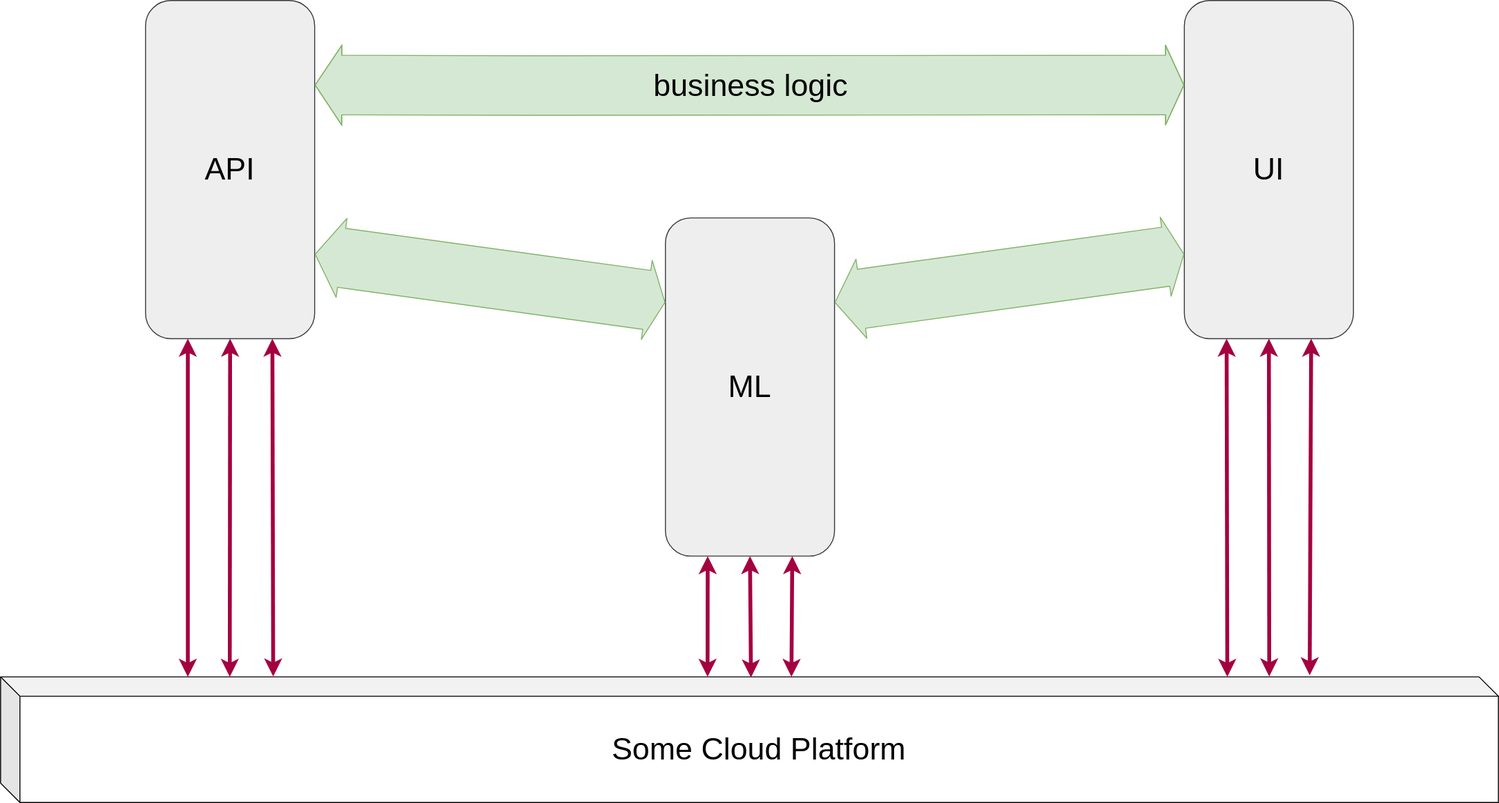
Above: .docs/assets/diagrams/origin.drawio.svg in omnicloudworld/omnicloudworld.github.io (draw.io), before the change. Source tidied: cells renumbered, new cells last; positions are measured from the earlier drawing's top-left corner, leaving out a move shared by most shapes. The source it was exported from:
```xml
<mxGraphModel>
  <root>
    <mxCell id="0" />
    <mxCell id="1" parent="0" />
    <mxCell id="2" value="01" parent="0" />
    <mxCell id="3" value="Some Cloud Platform" style="shape=cube;whiteSpace=wrap;html=1;boundedLbl=1;backgroundOutline=1;darkOpacity=0.05;darkOpacity2=0.1;rounded=1;fontSize=32;" parent="2" vertex="1">
      <mxGeometry y="700" width="1550" height="130" as="geometry" />
    </mxCell>
    <mxCell id="4" value="API" style="rounded=1;whiteSpace=wrap;html=1;fontSize=32;fillColor=#eeeeee;strokeColor=#36393d;" parent="2" vertex="1">
      <mxGeometry x="150" width="175" height="350" as="geometry" />
    </mxCell>
    <mxCell id="5" value="UI" style="rounded=1;whiteSpace=wrap;html=1;fontSize=32;fillColor=#eeeeee;strokeColor=#36393d;" parent="2" vertex="1">
      <mxGeometry x="1225" width="175" height="350" as="geometry" />
    </mxCell>
    <mxCell id="6" value="ML" style="rounded=1;whiteSpace=wrap;html=1;fontSize=32;fillColor=#eeeeee;strokeColor=#36393d;" parent="2" vertex="1">
      <mxGeometry x="688" y="225" width="175" height="350" as="geometry" />
    </mxCell>
    <mxCell id="7" style="shape=flexArrow;endArrow=classic;startArrow=classic;html=1;rounded=1;fontSize=32;entryX=1;entryY=0.75;entryDx=0;entryDy=0;exitX=0;exitY=0.25;exitDx=0;exitDy=0;width=61.6;endSize=8.872;fillColor=#d5e8d4;strokeColor=#82b366;" parent="2" edge="1" source="6" target="4">
      <mxGeometry relative="1" as="geometry" />
    </mxCell>
    <mxCell id="8" style="shape=flexArrow;endArrow=classic;startArrow=classic;html=1;rounded=1;fontSize=32;entryX=1;entryY=0.25;entryDx=0;entryDy=0;exitX=0;exitY=0.75;exitDx=0;exitDy=0;width=61.6;endSize=8.872;fillColor=#d5e8d4;strokeColor=#82b366;" parent="2" edge="1" source="5" target="6">
      <mxGeometry relative="1" as="geometry" />
    </mxCell>
    <mxCell id="9" value="business logic" style="shape=flexArrow;endArrow=classic;startArrow=classic;html=1;rounded=1;fontSize=32;entryX=1;entryY=0.25;entryDx=0;entryDy=0;exitX=0;exitY=0.25;exitDx=0;exitDy=0;width=61.6;endSize=8.872;fillColor=#d5e8d4;strokeColor=#82b366;labelBackgroundColor=none;" parent="2" edge="1" source="5" target="4">
      <mxGeometry relative="1" as="geometry">
        <Array as="points">
          <mxPoint x="550" y="88" />
        </Array>
        <mxPoint x="1" as="offset" />
      </mxGeometry>
    </mxCell>
    <mxCell id="10" style="endArrow=classic;startArrow=classic;html=1;rounded=1;labelBackgroundColor=none;fontSize=32;entryX=0.25;entryY=1;entryDx=0;entryDy=0;exitX=0.125;exitY=0;exitDx=0;exitDy=0;exitPerimeter=0;fillColor=#d80073;strokeColor=#A50040;strokeWidth=4;" parent="2" edge="1" source="3" target="4">
      <mxGeometry relative="1" as="geometry" />
    </mxCell>
    <mxCell id="11" style="endArrow=classic;startArrow=classic;html=1;rounded=1;labelBackgroundColor=none;fontSize=32;entryX=0.5;entryY=1;entryDx=0;entryDy=0;exitX=0.153;exitY=0;exitDx=0;exitDy=0;exitPerimeter=0;fillColor=#d80073;strokeColor=#A50040;strokeWidth=4;" parent="2" edge="1" source="3" target="4">
      <mxGeometry relative="1" as="geometry" />
    </mxCell>
    <mxCell id="12" style="endArrow=classic;startArrow=classic;html=1;rounded=1;labelBackgroundColor=none;fontSize=32;entryX=0.75;entryY=1;entryDx=0;entryDy=0;exitX=0.182;exitY=-0.003;exitDx=0;exitDy=0;exitPerimeter=0;fillColor=#d80073;strokeColor=#A50040;strokeWidth=4;" parent="2" edge="1" source="3" target="4">
      <mxGeometry relative="1" as="geometry" />
    </mxCell>
    <mxCell id="13" style="endArrow=classic;startArrow=classic;html=1;rounded=1;labelBackgroundColor=none;fontSize=32;entryX=0.5;entryY=1;entryDx=0;entryDy=0;exitX=0.847;exitY=-0.004;exitDx=0;exitDy=0;exitPerimeter=0;fillColor=#d80073;strokeColor=#A50040;strokeWidth=4;" parent="2" edge="1" source="3" target="5">
      <mxGeometry relative="1" as="geometry" />
    </mxCell>
    <mxCell id="14" style="endArrow=classic;startArrow=classic;html=1;rounded=1;labelBackgroundColor=none;fontSize=32;entryX=0.25;entryY=1;entryDx=0;entryDy=0;exitX=0.819;exitY=0;exitDx=0;exitDy=0;exitPerimeter=0;fillColor=#d80073;strokeColor=#A50040;strokeWidth=4;" parent="2" edge="1" source="3" target="5">
      <mxGeometry relative="1" as="geometry" />
    </mxCell>
    <mxCell id="15" style="endArrow=classic;startArrow=classic;html=1;rounded=1;labelBackgroundColor=none;fontSize=32;entryX=0.75;entryY=1;entryDx=0;entryDy=0;exitX=0.874;exitY=-0.013;exitDx=0;exitDy=0;exitPerimeter=0;fillColor=#d80073;strokeColor=#A50040;strokeWidth=4;" parent="2" edge="1" source="3" target="5">
      <mxGeometry relative="1" as="geometry" />
    </mxCell>
    <mxCell id="16" style="endArrow=classic;startArrow=classic;html=1;rounded=1;labelBackgroundColor=none;fontSize=32;entryX=0.5;entryY=1;entryDx=0;entryDy=0;exitX=0.501;exitY=0.005;exitDx=0;exitDy=0;exitPerimeter=0;fillColor=#d80073;strokeColor=#A50040;strokeWidth=4;" parent="2" edge="1" source="3" target="6">
      <mxGeometry relative="1" as="geometry" />
    </mxCell>
    <mxCell id="17" style="endArrow=classic;startArrow=classic;html=1;rounded=1;labelBackgroundColor=none;fontSize=32;entryX=0.75;entryY=1;entryDx=0;entryDy=0;exitX=0.528;exitY=0;exitDx=0;exitDy=0;exitPerimeter=0;fillColor=#d80073;strokeColor=#A50040;strokeWidth=4;" parent="2" edge="1" source="3" target="6">
      <mxGeometry relative="1" as="geometry" />
    </mxCell>
    <mxCell id="18" style="endArrow=classic;startArrow=classic;html=1;rounded=1;labelBackgroundColor=none;fontSize=32;entryX=0.25;entryY=1;entryDx=0;entryDy=0;exitX=0.472;exitY=0;exitDx=0;exitDy=0;exitPerimeter=0;fillColor=#d80073;strokeColor=#A50040;strokeWidth=4;" parent="2" edge="1" source="3" target="6">
      <mxGeometry relative="1" as="geometry" />
    </mxCell>
  </root>
</mxGraphModel>
```
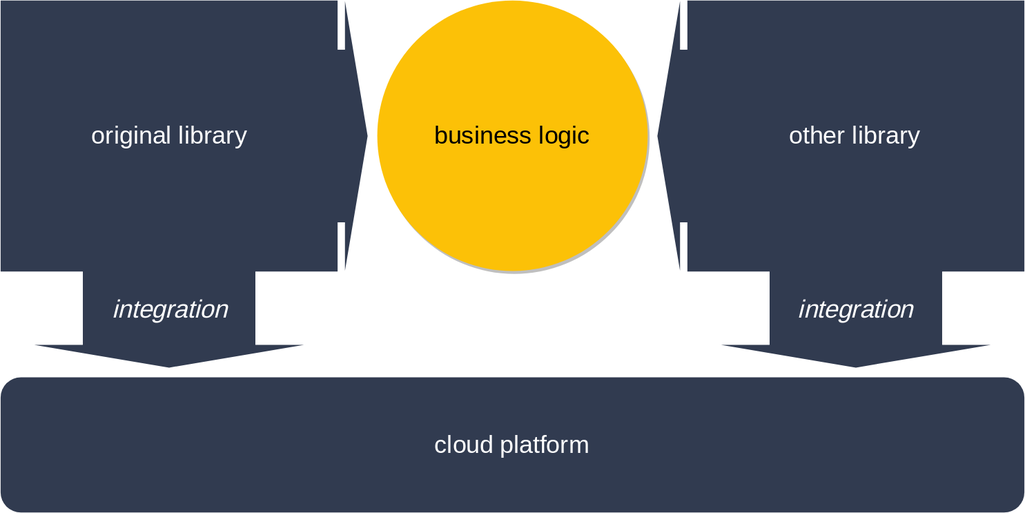
The same diagram one commit later.

Diff of the diagram source:
```diff
@@ -1,60 +1,30 @@
 <mxGraphModel>
   <root>
-    <mxCell id="0" />
-    <mxCell id="1" parent="0" />
-    <mxCell id="2" value="01" parent="0" />
-    <mxCell id="3" value="Some Cloud Platform" style="shape=cube;whiteSpace=wrap;html=1;boundedLbl=1;backgroundOutline=1;darkOpacity=0.05;darkOpacity2=0.1;rounded=1;fontSize=32;" parent="2" vertex="1">
-      <mxGeometry y="700" width="1550" height="130" as="geometry" />
-    </mxCell>
-    <mxCell id="4" value="API" style="rounded=1;whiteSpace=wrap;html=1;fontSize=32;fillColor=#eeeeee;strokeColor=#36393d;" parent="2" vertex="1">
-      <mxGeometry x="150" width="175" height="350" as="geometry" />
-    </mxCell>
-    <mxCell id="5" value="UI" style="rounded=1;whiteSpace=wrap;html=1;fontSize=32;fillColor=#eeeeee;strokeColor=#36393d;" parent="2" vertex="1">
-      <mxGeometry x="1225" width="175" height="350" as="geometry" />
-    </mxCell>
-    <mxCell id="6" value="ML" style="rounded=1;whiteSpace=wrap;html=1;fontSize=32;fillColor=#eeeeee;strokeColor=#36393d;" parent="2" vertex="1">
-      <mxGeometry x="688" y="225" width="175" height="350" as="geometry" />
-    </mxCell>
-    <mxCell id="7" style="shape=flexArrow;endArrow=classic;startArrow=classic;html=1;rounded=1;fontSize=32;entryX=1;entryY=0.75;entryDx=0;entryDy=0;exitX=0;exitY=0.25;exitDx=0;exitDy=0;width=61.6;endSize=8.872;fillColor=#d5e8d4;strokeColor=#82b366;" parent="2" edge="1" source="6" target="4">
-      <mxGeometry relative="1" as="geometry" />
-    </mxCell>
-    <mxCell id="8" style="shape=flexArrow;endArrow=classic;startArrow=classic;html=1;rounded=1;fontSize=32;entryX=1;entryY=0.25;entryDx=0;entryDy=0;exitX=0;exitY=0.75;exitDx=0;exitDy=0;width=61.6;endSize=8.872;fillColor=#d5e8d4;strokeColor=#82b366;" parent="2" edge="1" source="5" target="6">
-      <mxGeometry relative="1" as="geometry" />
-    </mxCell>
+    <mxCell id="19" />
+    <mxCell id="20" parent="19" />
+    <mxCell id="21" style="html=1;shadow=0;dashed=0;align=center;verticalAlign=middle;shape=mxgraph.arrows2.calloutDouble90Arrow;dy1=89.32;dx1=23.47;dx2=280.49;dy2=348.92;arrowHead=50.29;horizontal=0;flipH=1;rotation=-90;fontColor=#FFFFFF;fillColor=#313B50;strokeColor=none;" parent="20" vertex="1">
+      <mxGeometry x="15" y="-10" width="380" height="380" as="geometry" />
+    </mxCell>
+    <mxCell id="22" style="html=1;shadow=0;dashed=0;align=center;verticalAlign=middle;shape=mxgraph.arrows2.calloutDouble90Arrow;dy1=89.32;dx1=23.47;dx2=280.49;dy2=348.92;arrowHead=50.29;horizontal=0;flipH=1;rotation=-90;flipV=1;labelBackgroundColor=none;fontColor=#FFFFFF;fillColor=#313B50;strokeColor=none;" parent="20" vertex="1">
+      <mxGeometry x="695" y="-10" width="380" height="380" as="geometry" />
+    </mxCell>
-    <mxCell id="9" value="business logic" style="shape=flexArrow;endArrow=classic;startArrow=classic;html=1;rounded=1;fontSize=32;entryX=1;entryY=0.25;entryDx=0;entryDy=0;exitX=0;exitY=0.25;exitDx=0;exitDy=0;width=61.6;endSize=8.872;fillColor=#d5e8d4;strokeColor=#82b366;labelBackgroundColor=none;" parent="2" edge="1" source="5" target="4">
-      <mxGeometry relative="1" as="geometry">
-        <Array as="points">
-          <mxPoint x="550" y="88" />
-        </Array>
-        <mxPoint x="1" as="offset" />
-      </mxGeometry>
+    <mxCell id="9" value="business logic" style="ellipse;whiteSpace=wrap;html=1;fontSize=26;fontFamily=Comfortaa;fontSource=https%3A%2F%2Ffonts.googleapis.com%2Fcss%3Ffamily%3DComfortaa;labelBackgroundColor=none;fillColor=#FCC107;strokeColor=none;shadow=1;" parent="20" vertex="1">
+      <mxGeometry x="405" y="-10" width="280" height="280" as="geometry" />
     </mxCell>
-    <mxCell id="10" style="endArrow=classic;startArrow=classic;html=1;rounded=1;labelBackgroundColor=none;fontSize=32;entryX=0.25;entryY=1;entryDx=0;entryDy=0;exitX=0.125;exitY=0;exitDx=0;exitDy=0;exitPerimeter=0;fillColor=#d80073;strokeColor=#A50040;strokeWidth=4;" parent="2" edge="1" source="3" target="4">
-      <mxGeometry relative="1" as="geometry" />
-    </mxCell>
-    <mxCell id="11" style="endArrow=classic;startArrow=classic;html=1;rounded=1;labelBackgroundColor=none;fontSize=32;entryX=0.5;entryY=1;entryDx=0;entryDy=0;exitX=0.153;exitY=0;exitDx=0;exitDy=0;exitPerimeter=0;fillColor=#d80073;strokeColor=#A50040;strokeWidth=4;" parent="2" edge="1" source="3" target="4">
-      <mxGeometry relative="1" as="geometry" />
-    </mxCell>
-    <mxCell id="12" style="endArrow=classic;startArrow=classic;html=1;rounded=1;labelBackgroundColor=none;fontSize=32;entryX=0.75;entryY=1;entryDx=0;entryDy=0;exitX=0.182;exitY=-0.003;exitDx=0;exitDy=0;exitPerimeter=0;fillColor=#d80073;strokeColor=#A50040;strokeWidth=4;" parent="2" edge="1" source="3" target="4">
-      <mxGeometry relative="1" as="geometry" />
-    </mxCell>
-    <mxCell id="13" style="endArrow=classic;startArrow=classic;html=1;rounded=1;labelBackgroundColor=none;fontSize=32;entryX=0.5;entryY=1;entryDx=0;entryDy=0;exitX=0.847;exitY=-0.004;exitDx=0;exitDy=0;exitPerimeter=0;fillColor=#d80073;strokeColor=#A50040;strokeWidth=4;" parent="2" edge="1" source="3" target="5">
-      <mxGeometry relative="1" as="geometry" />
-    </mxCell>
-    <mxCell id="14" style="endArrow=classic;startArrow=classic;html=1;rounded=1;labelBackgroundColor=none;fontSize=32;entryX=0.25;entryY=1;entryDx=0;entryDy=0;exitX=0.819;exitY=0;exitDx=0;exitDy=0;exitPerimeter=0;fillColor=#d80073;strokeColor=#A50040;strokeWidth=4;" parent="2" edge="1" source="3" target="5">
-      <mxGeometry relative="1" as="geometry" />
-    </mxCell>
-    <mxCell id="15" style="endArrow=classic;startArrow=classic;html=1;rounded=1;labelBackgroundColor=none;fontSize=32;entryX=0.75;entryY=1;entryDx=0;entryDy=0;exitX=0.874;exitY=-0.013;exitDx=0;exitDy=0;exitPerimeter=0;fillColor=#d80073;strokeColor=#A50040;strokeWidth=4;" parent="2" edge="1" source="3" target="5">
-      <mxGeometry relative="1" as="geometry" />
-    </mxCell>
-    <mxCell id="16" style="endArrow=classic;startArrow=classic;html=1;rounded=1;labelBackgroundColor=none;fontSize=32;entryX=0.5;entryY=1;entryDx=0;entryDy=0;exitX=0.501;exitY=0.005;exitDx=0;exitDy=0;exitPerimeter=0;fillColor=#d80073;strokeColor=#A50040;strokeWidth=4;" parent="2" edge="1" source="3" target="6">
-      <mxGeometry relative="1" as="geometry" />
-    </mxCell>
-    <mxCell id="17" style="endArrow=classic;startArrow=classic;html=1;rounded=1;labelBackgroundColor=none;fontSize=32;entryX=0.75;entryY=1;entryDx=0;entryDy=0;exitX=0.528;exitY=0;exitDx=0;exitDy=0;exitPerimeter=0;fillColor=#d80073;strokeColor=#A50040;strokeWidth=4;" parent="2" edge="1" source="3" target="6">
-      <mxGeometry relative="1" as="geometry" />
-    </mxCell>
-    <mxCell id="18" style="endArrow=classic;startArrow=classic;html=1;rounded=1;labelBackgroundColor=none;fontSize=32;entryX=0.25;entryY=1;entryDx=0;entryDy=0;exitX=0.472;exitY=0;exitDx=0;exitDy=0;exitPerimeter=0;fillColor=#d80073;strokeColor=#A50040;strokeWidth=4;" parent="2" edge="1" source="3" target="6">
-      <mxGeometry relative="1" as="geometry" />
-    </mxCell>
+    <mxCell id="23" value="cloud platform" style="rounded=1;whiteSpace=wrap;html=1;fontSize=26;fontFamily=Comfortaa;fontSource=https%3A%2F%2Ffonts.googleapis.com%2Fcss%3Ffamily%3DComfortaa;fillColor=#313B50;strokeColor=none;fontColor=#FFFFFF;" parent="20" vertex="1">
+      <mxGeometry x="15" y="380" width="1060" height="140" as="geometry" />
+    </mxCell>
+    <mxCell id="24" value="original library" style="text;html=1;strokeColor=none;fillColor=none;align=center;verticalAlign=middle;whiteSpace=wrap;rounded=0;labelBackgroundColor=none;fontFamily=Comfortaa;fontSource=https%3A%2F%2Ffonts.googleapis.com%2Fcss%3Ffamily%3DComfortaa;fontSize=26;fontColor=#FFFFFF;" parent="20" vertex="1">
+      <mxGeometry x="15" y="-10" width="350" height="280" as="geometry" />
+    </mxCell>
+    <mxCell id="25" value="other library" style="text;html=1;strokeColor=none;fillColor=none;align=center;verticalAlign=middle;whiteSpace=wrap;rounded=0;labelBackgroundColor=none;fontFamily=Comfortaa;fontSource=https%3A%2F%2Ffonts.googleapis.com%2Fcss%3Ffamily%3DComfortaa;fontSize=26;fontColor=#FFFFFF;" parent="20" vertex="1">
+      <mxGeometry x="725" y="-10" width="350" height="280" as="geometry" />
+    </mxCell>
+    <mxCell id="26" value="integration" style="text;html=1;strokeColor=none;fillColor=none;align=center;verticalAlign=middle;whiteSpace=wrap;rounded=0;labelBackgroundColor=none;fontFamily=Comfortaa;fontSource=https%3A%2F%2Ffonts.googleapis.com%2Fcss%3Ffamily%3DComfortaa;fontSize=26;fontColor=#FFFFFF;fontStyle=2;" parent="20" vertex="1">
+      <mxGeometry x="105" y="270" width="170" height="80" as="geometry" />
+    </mxCell>
+    <mxCell id="27" value="integration" style="text;html=1;strokeColor=none;fillColor=none;align=center;verticalAlign=middle;whiteSpace=wrap;rounded=0;labelBackgroundColor=none;fontFamily=Comfortaa;fontSource=https%3A%2F%2Ffonts.googleapis.com%2Fcss%3Ffamily%3DComfortaa;fontSize=26;fontColor=#FFFFFF;fontStyle=2;" parent="20" vertex="1">
+      <mxGeometry x="815" y="270" width="170" height="80" as="geometry" />
+    </mxCell>
   </root>
 </mxGraphModel>
```
